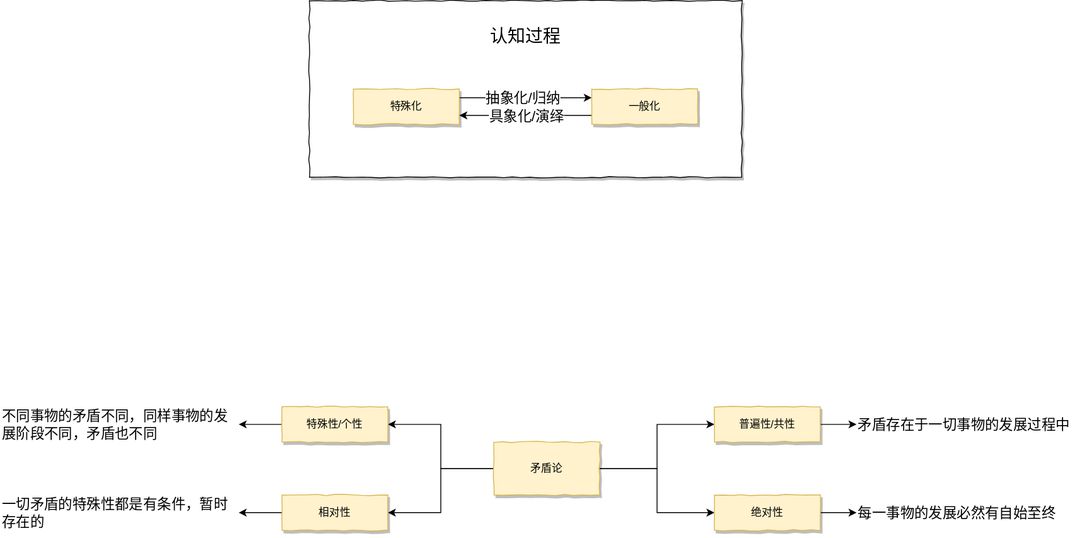
109km/deep-thinking keeps this draw.io diagram as summary-of-contradiction.drawio.svg. Above is the earlier version. Source tidied: cells renumbered, new cells last; positions are measured from the earlier drawing's top-left corner, leaving out a move shared by most shapes.
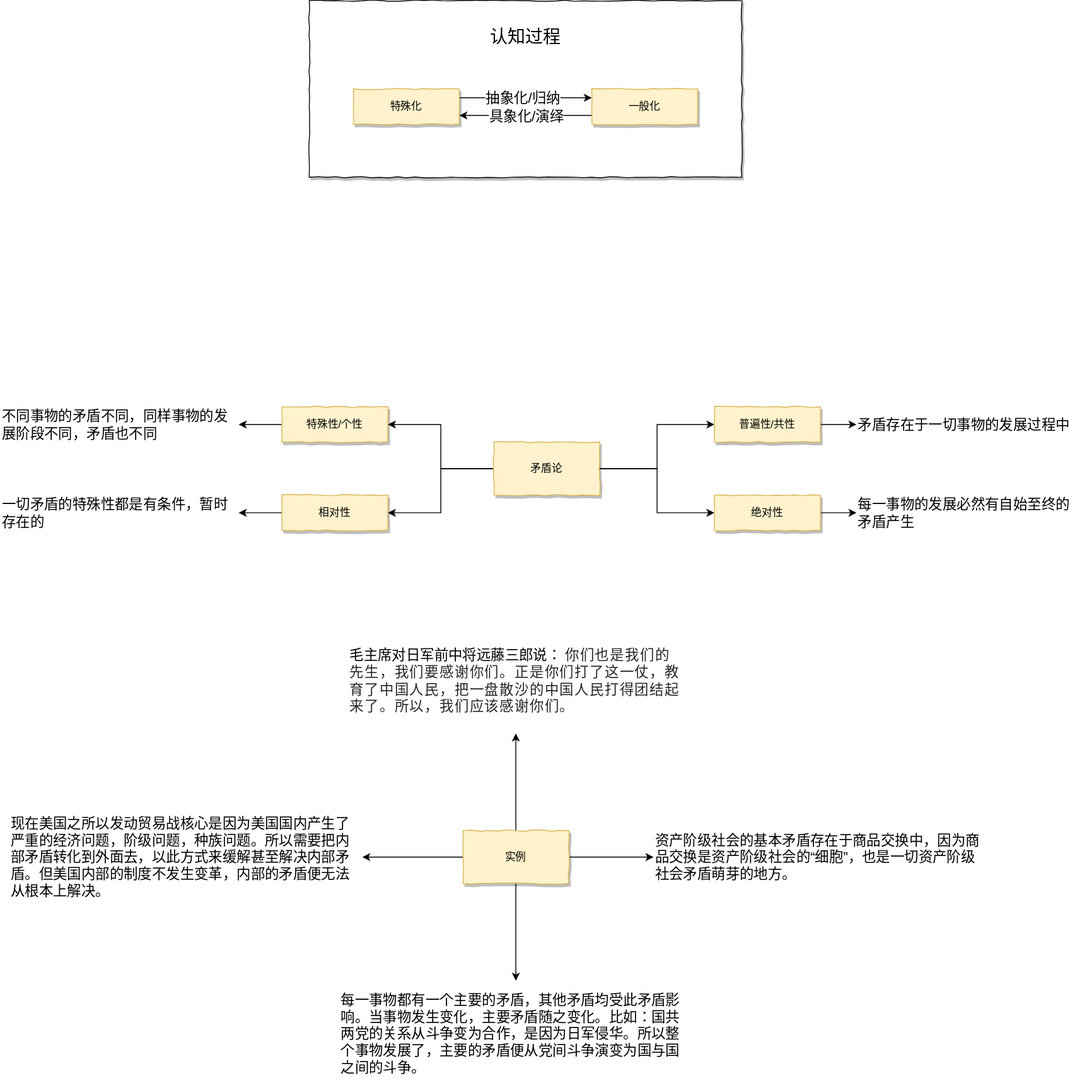
After the commit.

Change to the diagram source:
```diff
@@ -72,7 +72,7 @@
     <mxCell id="23" value="矛盾存在于一切事物的发展过程中" style="text;html=1;strokeColor=none;fillColor=none;align=left;verticalAlign=middle;whiteSpace=wrap;rounded=0;shadow=1;comic=1;fontSize=16;" parent="1" vertex="1">
       <mxGeometry x="970" y="470" width="253" height="20" as="geometry" />
     </mxCell>
-    <mxCell id="24" value="每一事物的发展必然有自始至终" style="text;html=1;strokeColor=none;fillColor=none;align=left;verticalAlign=middle;whiteSpace=wrap;rounded=0;shadow=1;comic=1;fontSize=16;" parent="1" vertex="1">
+    <mxCell id="24" value="每一事物的发展必然有自始至终的矛盾产生" style="text;html=1;strokeColor=none;fillColor=none;align=left;verticalAlign=middle;whiteSpace=wrap;rounded=0;shadow=1;comic=1;fontSize=16;" parent="1" vertex="1">
       <mxGeometry x="970" y="570" width="253" height="20" as="geometry" />
     </mxCell>
     <mxCell id="25" value="不同事物的矛盾不同，同样事物的发展阶段不同，矛盾也不同" style="text;html=1;strokeColor=none;fillColor=none;align=left;verticalAlign=middle;whiteSpace=wrap;rounded=0;shadow=1;comic=1;fontSize=16;" parent="1" vertex="1">
@@ -81,5 +81,32 @@
     <mxCell id="26" value="一切矛盾的特殊性都是有条件，暂时存在的" style="text;html=1;strokeColor=none;fillColor=none;align=left;verticalAlign=middle;whiteSpace=wrap;rounded=0;shadow=1;comic=1;fontSize=16;" parent="1" vertex="1">
       <mxGeometry y="555" width="270" height="50" as="geometry" />
     </mxCell>
+    <mxCell id="27" style="edgeStyle=orthogonalEdgeStyle;rounded=0;jettySize=auto;html=1;exitX=1;exitY=0.5;exitDx=0;exitDy=0;entryX=0;entryY=0.5;entryDx=0;entryDy=0;" parent="1" edge="1" source="31" target="32">
+      <mxGeometry relative="1" as="geometry" />
+    </mxCell>
+    <mxCell id="28" style="edgeStyle=orthogonalEdgeStyle;rounded=0;jettySize=auto;html=1;exitX=0.5;exitY=1;exitDx=0;exitDy=0;" parent="1" edge="1" source="31" target="33">
+      <mxGeometry relative="1" as="geometry" />
+    </mxCell>
+    <mxCell id="29" style="edgeStyle=orthogonalEdgeStyle;rounded=0;jettySize=auto;html=1;exitX=0;exitY=0.5;exitDx=0;exitDy=0;" parent="1" edge="1" source="31" target="34">
+      <mxGeometry relative="1" as="geometry" />
+    </mxCell>
+    <mxCell id="30" style="edgeStyle=orthogonalEdgeStyle;rounded=0;jettySize=auto;html=1;exitX=0.5;exitY=0;exitDx=0;exitDy=0;" parent="1" edge="1" source="31" target="35">
+      <mxGeometry relative="1" as="geometry" />
+    </mxCell>
+    <mxCell id="31" value="实例" style="rounded=0;whiteSpace=wrap;html=1;comic=1;shadow=1;fillColor=#fff2cc;strokeColor=#d6b656;" parent="1" vertex="1">
+      <mxGeometry x="524" y="940" width="120" height="60" as="geometry" />
+    </mxCell>
+    <mxCell id="32" value="资产阶级社会的基本矛盾存在于商品交换中，因为商品交换是资产阶级社会的“细胞”，也是一切资产阶级社会矛盾萌芽的地方。" style="text;html=1;strokeColor=none;fillColor=none;align=left;verticalAlign=middle;whiteSpace=wrap;rounded=0;shadow=1;comic=1;fontSize=16;" parent="1" vertex="1">
+      <mxGeometry x="740" y="940" width="380" height="60" as="geometry" />
+    </mxCell>
+    <mxCell id="33" value="每一事物都有一个主要的矛盾，其他矛盾均受此矛盾影响。当事物发生变化，主要矛盾随之变化。比如：国共两党的关系从斗争变为合作，是因为日军侵华。所以整个事物发展了，主要的矛盾便从党间斗争演变为国与国之间的斗争。" style="text;html=1;strokeColor=none;fillColor=none;align=left;verticalAlign=middle;whiteSpace=wrap;rounded=0;shadow=1;comic=1;fontSize=16;" parent="1" vertex="1">
+      <mxGeometry x="384" y="1110" width="400" height="120" as="geometry" />
+    </mxCell>
+    <mxCell id="34" value="现在美国之所以发动贸易战核心是因为美国国内产生了严重的经济问题，阶级问题，种族问题。所以需要把内部矛盾转化到外面去，以此方式来缓解甚至解决内部矛盾。但美国内部的制度不发生变革，内部的矛盾便无法从根本上解决。" style="text;html=1;strokeColor=none;fillColor=none;align=left;verticalAlign=middle;whiteSpace=wrap;rounded=0;shadow=1;comic=1;fontSize=16;" parent="1" vertex="1">
+      <mxGeometry x="10" y="910" width="400" height="120" as="geometry" />
+    </mxCell>
+    <mxCell id="35" value="&lt;font face=&quot;Verdana&quot; style=&quot;font-size: 16px&quot;&gt;毛主席对日军前中将远藤三郎说：&lt;span style=&quot;color: rgb(38 , 38 , 38) ; letter-spacing: 1px ; text-indent: 36px&quot;&gt;你们也是我们的先生，我们要感谢你们。正是你们打了这一仗，教育了中国人民，把一盘散沙的中国人民打得团结起来了。所以，我们应该感谢你们。&lt;/span&gt;&lt;/font&gt;" style="text;html=1;strokeColor=none;fillColor=none;align=left;verticalAlign=middle;whiteSpace=wrap;rounded=0;shadow=1;comic=1;fontSize=16;" parent="1" vertex="1">
+      <mxGeometry x="394" y="710" width="380" height="120" as="geometry" />
+    </mxCell>
   </root>
 </mxGraphModel>
```
